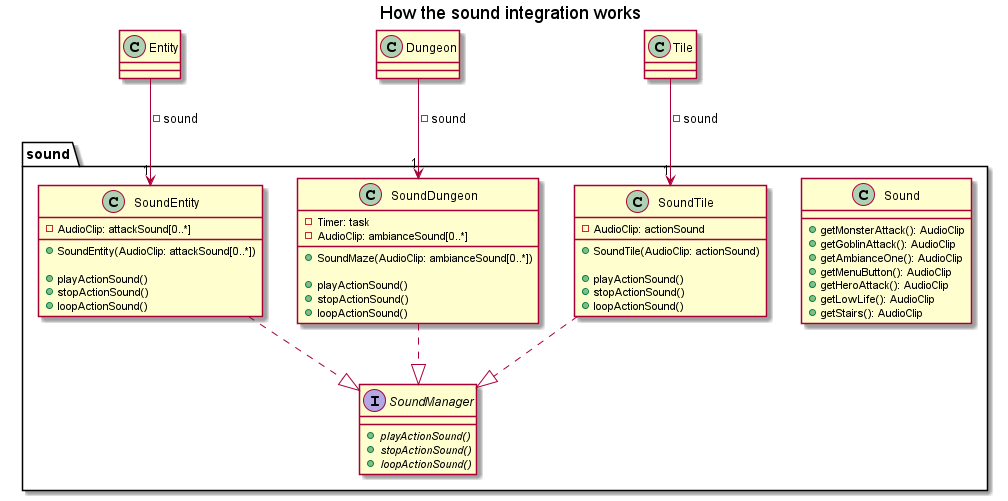
Above: doc/4_sprint/diagrams/class/sound.png in Reynault/ACL_2019_Zelpop (PlantUML), before the change.
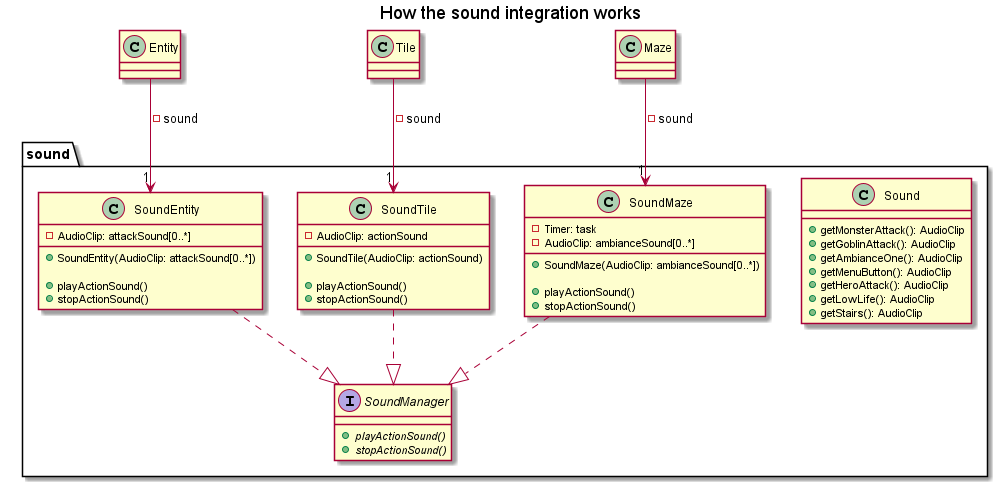
The same diagram one commit later.

Change to the diagram source:
```diff
@@ -21,7 +21,6 @@
 
         + playActionSound()
         + stopActionSound()
-        + loopActionSound()
     }
 
 
@@ -31,10 +30,9 @@
 
         + playActionSound()
         + stopActionSound()
-        + loopActionSound()
     }
 
-    class SoundDungeon{
+    class SoundMaze{
         - Timer: task
         - AudioClip: ambianceSound[0..*]
 
@@ -42,34 +40,19 @@
 
         + playActionSound()
         + stopActionSound()
-        + loopActionSound()
     }
 
     interface SoundManager{
         + {abstract} playActionSound()
         + {abstract} stopActionSound()
-        + {abstract} loopActionSound()
     }
 }
-
-class Entity{
-
-}
-
-class Dungeon{
-
-}
-
-class Tile{
-
-}
-
 Entity --> "1" SoundEntity: -sound
 Tile --> "1" SoundTile: -sound
-Dungeon --> "1" SoundDungeon: -sound
+Maze --> "1" SoundMaze: -sound
 
 SoundEntity ..|> SoundManager
-SoundDungeon ..|> SoundManager
+SoundMaze ..|> SoundManager
 SoundTile ..|> SoundManager
 
 @enduml
```
